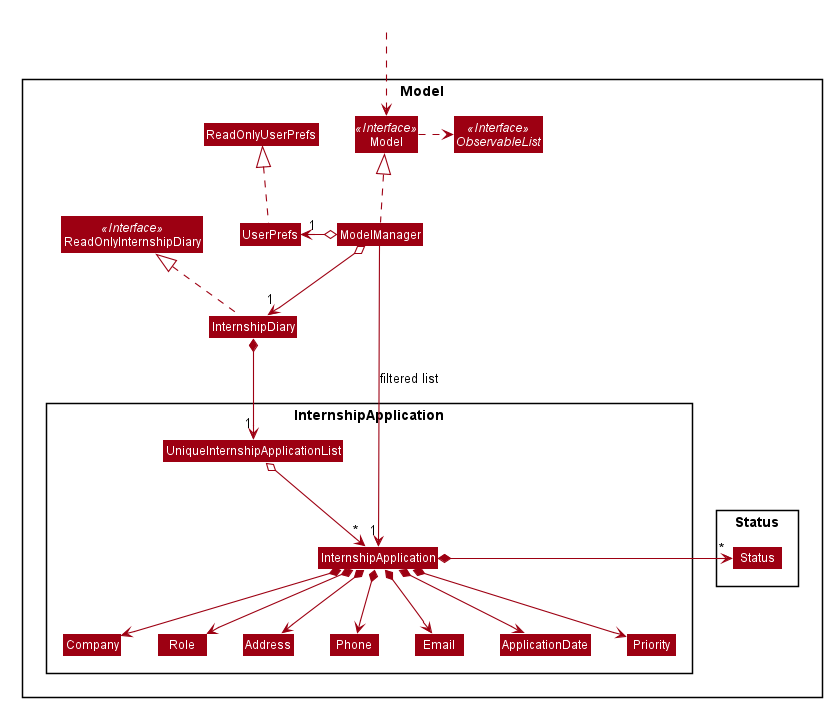
This is images/ModelClassDiagram.png from AY1920S2-CS2103T-F10-2/main, a PlantUML export, as it was before one commit.
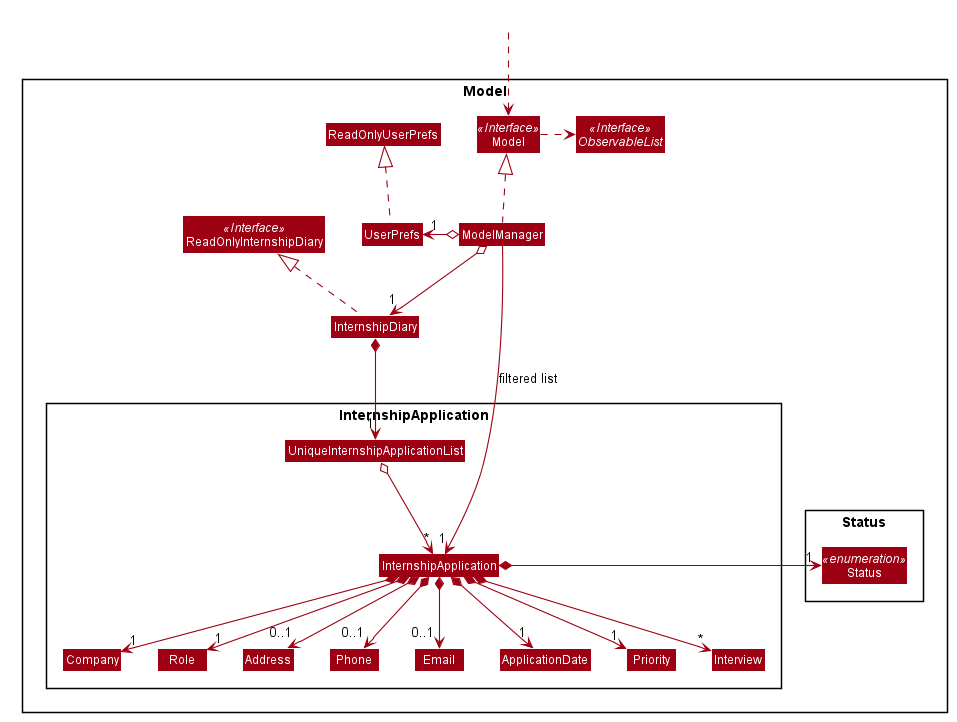
Later version of the same file.

Change to the diagram source:
```diff
@@ -72,10 +72,11 @@
 Class ApplicationDate
 Class UniqueInternshipApplicationList
 Class Priority
+Class Interview
 }
 
 Package Status {
-Class Status
+Class Status <<enumeration>>
 }
 }
 
@@ -92,14 +93,15 @@
 
 InternshipDiary *--> "1" UniqueInternshipApplicationList
 UniqueInternshipApplicationList o--> "*" InternshipApplication
-InternshipApplication *--> Company
-InternshipApplication *--> Role
-InternshipApplication *--> Address
-InternshipApplication *--> Phone
-InternshipApplication *--> Email
-InternshipApplication *--> ApplicationDate
-InternshipApplication *--> Priority
-InternshipApplication *-> "*" Status
+InternshipApplication *--> "1" Company
+InternshipApplication *--> "1" Role
+InternshipApplication *--> "0..1" Address
+InternshipApplication *--> "0..1" Phone
+InternshipApplication *--> "0..1" Email
+InternshipApplication *--> "1" ApplicationDate
+InternshipApplication *--> "1" Priority
+InternshipApplication *--> "*" Interview
+InternshipApplication *-> "1" Status
 
 Company -[hidden]right-> Role
 Role -[hidden]right-> Address
```
